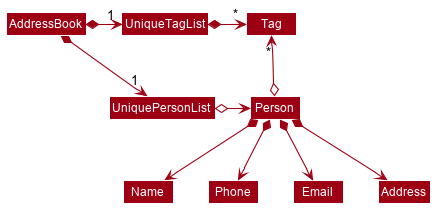
This is images/BetterModelClassDiagram.png from AY1920S1-CS2103T-F11-1/main, a PlantUML export, as it was before one commit.
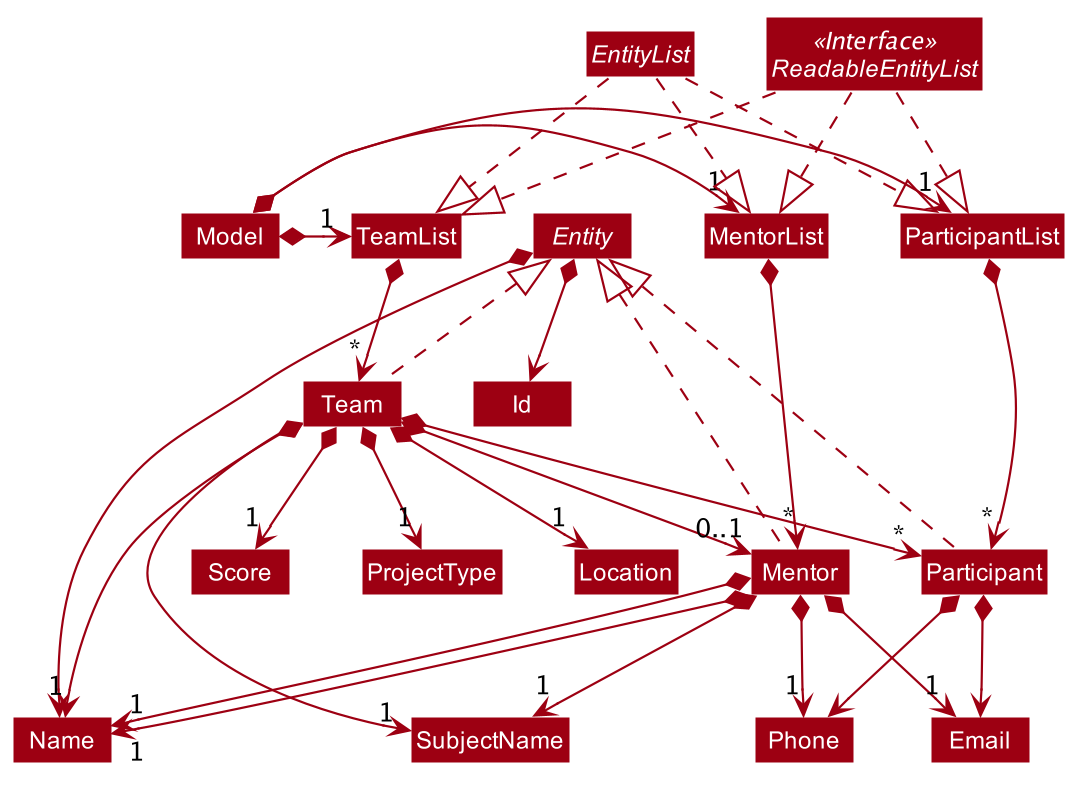
Above is the later version.

What changed in the source:
```diff
@@ -51,18 +51,46 @@
 skinparam arrowColor #9D0012
 skinparam classBackgroundColor #9D0012
 
-AddressBook *-right-> "1" UniquePersonList
-AddressBook *-right-> "1" UniqueTagList
-UniqueTagList -[hidden]down- UniquePersonList
-UniqueTagList -[hidden]down- UniquePersonList
+abstract Entity
+abstract EntityList
+interface ReadableEntityList <<Interface>>
 
-UniqueTagList *-right-> "*" Tag
-UniquePersonList o-right-> Person
+Model *-right-> "1" ParticipantList
+Model *-right-> "1" MentorList
+Model *-right-> "1" TeamList
 
-Person o-up-> "*" Tag
+EntityList .down.|> ParticipantList
+EntityList .down.|> TeamList
+EntityList .down.|> MentorList
 
-Person *--> Name
-Person *--> Phone
-Person *--> Email
-Person *--> Address
+ReadableEntityList .down.|> ParticipantList
+ReadableEntityList .down.|> TeamList
+ReadableEntityList .down.|> MentorList
+
+ParticipantList *-down-> "*" Participant
+MentorList *-down-> "*" Mentor
+TeamList *-down-> "*" Team
+
+Entity *--> Name
+Entity *--> Id
+Participant .up.|> Entity
+Team .up.|> Entity
+Mentor .up.|> Entity
+
+Participant *-down-> Phone
+Participant *-down-> Email
+
+Team *-down-> "*" Participant
+Team *-down-> "0..1" Mentor
+Team *-down-> "1" SubjectName
+Team *-down-> "1" Score
+Team *-down-> "1" Name
+Team *-down-> "1" ProjectType
+Team *-down-> "1" Location
+
+Mentor *-down-> "1" Phone
+Mentor *-down-> "1" Email
+Mentor *-down-> "1" Name
+Mentor *-down-> "1" Name
+Mentor *-down-> "1" SubjectName
 @enduml
```
